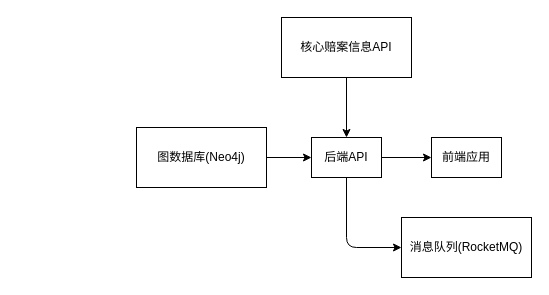
Earlier version of the draw.io diagram page "理赔 数据流向图" (6 of 7) of 太平/taiping-arch.drawio (XiaoLiuAI/diagrams). Source tidied: cells renumbered, new cells numbered last; positions are measured from the earlier drawing's top-left corner, leaving out a move shared by most shapes. Both pictures are drawn from the tidied source at 100%, with x=0, y=0 at pixel (136, 17).
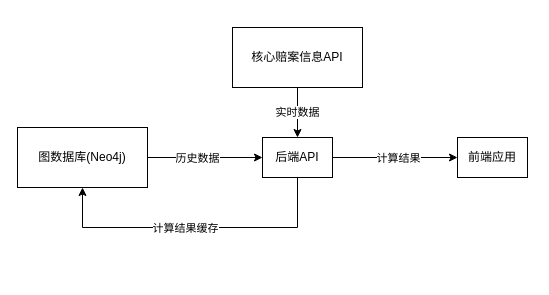
The same diagram, later.

Diff of the diagram source:
```diff
@@
 <mxGraphModel>
   <root>
     <mxCell id="0" />
     <mxCell id="1" parent="0" />
     <mxCell id="2" value="图数据库(Neo4j)" style="rounded=0;whiteSpace=wrap;html=1;" parent="1" vertex="1">
-      <mxGeometry y="110" width="130" height="60" as="geometry" />
+      <mxGeometry x="-119" y="110" width="130" height="60" as="geometry" />
     </mxCell>
+    <mxCell id="11" style="edgeStyle=orthogonalEdgeStyle;rounded=0;jettySize=auto;html=1;entryX=0.5;entryY=1;entryDx=0;entryDy=0;" parent="1" edge="1" source="3" target="2">
+      <mxGeometry relative="1" as="geometry">
+        <Array as="points">
+          <mxPoint x="161" y="210" />
+          <mxPoint x="-54" y="210" />
+        </Array>
+      </mxGeometry>
+    </mxCell>
+    <mxCell id="12" value="计算结果缓存" style="edgeLabel;html=1;align=center;verticalAlign=middle;" parent="11" vertex="1">
+      <mxGeometry x="-0.06" relative="1" as="geometry">
+        <mxPoint x="-20" as="offset" />
+      </mxGeometry>
+    </mxCell>
     <mxCell id="3" value="后端API" style="rounded=0;whiteSpace=wrap;html=1;" parent="1" vertex="1">
-      <mxGeometry x="175" y="120" width="70" height="40" as="geometry" />
+      <mxGeometry x="126" y="120" width="70" height="40" as="geometry" />
     </mxCell>
     <mxCell id="4" style="endArrow=classic;html=1;entryX=0;entryY=0.5;entryDx=0;entryDy=0;exitX=1;exitY=0.5;exitDx=0;exitDy=0;" parent="1" edge="1" source="2" target="3">
       <mxGeometry relative="1" as="geometry" />
     </mxCell>
+    <mxCell id="13" value="历史数据" style="edgeLabel;html=1;align=center;verticalAlign=middle;" parent="4" vertex="1">
+      <mxGeometry x="-0.02" y="-2" relative="1" as="geometry">
+        <mxPoint x="-7" y="-2" as="offset" />
+      </mxGeometry>
+    </mxCell>
     <mxCell id="5" value="前端应用" style="rounded=0;whiteSpace=wrap;html=1;" parent="1" vertex="1">
-      <mxGeometry x="295" y="120" width="70" height="40" as="geometry" />
+      <mxGeometry x="321" y="120" width="70" height="40" as="geometry" />
     </mxCell>
     <mxCell id="6" style="endArrow=classic;html=1;entryX=0;entryY=0.5;entryDx=0;entryDy=0;exitX=1;exitY=0.5;exitDx=0;exitDy=0;" parent="1" edge="1" source="3" target="5">
       <mxGeometry relative="1" as="geometry" />
     </mxCell>
-    <mxCell id="7" value="消息队列(RocketMQ)" style="rounded=0;whiteSpace=wrap;html=1;" parent="1" vertex="1">
-      <mxGeometry x="265" y="200" width="130" height="60" as="geometry" />
-    </mxCell>
-    <mxCell id="8" style="edgeStyle=segmentEdgeStyle;endArrow=classic;html=1;entryX=0;entryY=0.5;entryDx=0;entryDy=0;exitX=0.5;exitY=1;exitDx=0;exitDy=0;" parent="1" edge="1" source="3" target="7">
-      <mxGeometry relative="1" as="geometry">
-        <Array as="points">
-          <mxPoint x="210" y="230" />
-        </Array>
-      </mxGeometry>
-    </mxCell>
+    <mxCell id="14" value="计算结果" style="edgeLabel;html=1;align=center;verticalAlign=middle;" parent="6" vertex="1">
+      <mxGeometry x="-0.12" y="3" relative="1" as="geometry">
+        <mxPoint x="10" y="3" as="offset" />
+      </mxGeometry>
+    </mxCell>
     <mxCell id="9" value="核心赔案信息API" style="rounded=0;whiteSpace=wrap;html=1;" parent="1" vertex="1">
-      <mxGeometry x="145" width="130" height="60" as="geometry" />
+      <mxGeometry x="96" y="10" width="130" height="60" as="geometry" />
     </mxCell>
-    <mxCell id="10" style="endArrow=classic;html=1;rounded=0;entryX=0.5;entryY=0;entryDx=0;entryDy=0;exitX=0.5;exitY=1;exitDx=0;exitDy=0;" parent="1" edge="1" source="9" target="3">
+    <mxCell id="10" value="实时数据" style="endArrow=classic;html=1;rounded=0;entryX=0.5;entryY=0;entryDx=0;entryDy=0;exitX=0.5;exitY=1;exitDx=0;exitDy=0;" parent="1" edge="1" source="9" target="3">
       <mxGeometry relative="1" as="geometry" />
     </mxCell>
   </root>
 </mxGraphModel>
```
